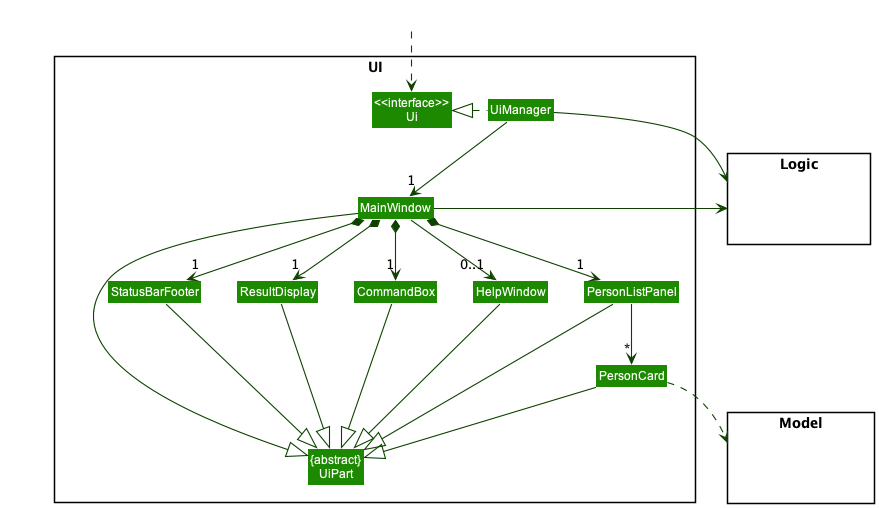
Above: docs/images/UiClassDiagram.png in nus-cs2103-AY2223S1/tp (PlantUML), before the change. The source it was exported from:
```plantuml
@startuml
!include style.puml
skinparam arrowThickness 1.1
skinparam arrowColor UI_COLOR_T4
skinparam classBackgroundColor UI_COLOR

package UI <<Rectangle>>{
Class "<<interface>>\nUi" as Ui
Class "{abstract}\nUiPart" as UiPart
Class UiManager
Class MainWindow
Class HelpWindow
Class ResultDisplay
Class PersonListPanel
Class PersonCard
Class StatusBarFooter
Class CommandBox
}

package Model <<Rectangle>> {
Class HiddenModel #FFFFFF
}

package Logic <<Rectangle>> {
Class HiddenLogic #FFFFFF
}

Class HiddenOutside #FFFFFF
HiddenOutside ..> Ui

UiManager .left.|> Ui
UiManager -down-> "1" MainWindow
MainWindow *-down->  "1" CommandBox
MainWindow *-down-> "1" ResultDisplay
MainWindow *-down-> "1" PersonListPanel
MainWindow *-down-> "1" StatusBarFooter
MainWindow --> "0..1" HelpWindow

PersonListPanel -down-> "*" PersonCard

MainWindow -left-|> UiPart

ResultDisplay --|> UiPart
CommandBox --|> UiPart
PersonListPanel --|> UiPart
PersonCard --|> UiPart
StatusBarFooter --|> UiPart
HelpWindow --|> UiPart

PersonCard ..> Model
UiManager -right-> Logic
MainWindow -left-> Logic

PersonListPanel -[hidden]left- HelpWindow
HelpWindow -[hidden]left- CommandBox
CommandBox -[hidden]left- ResultDisplay
ResultDisplay -[hidden]left- StatusBarFooter

MainWindow -[hidden]-|> UiPart
@enduml
```
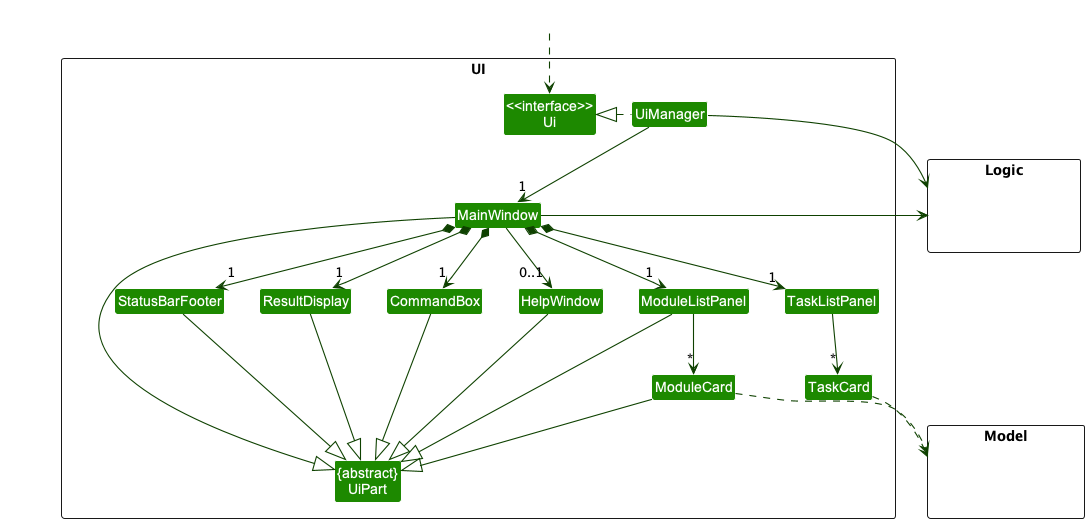
The same diagram one commit later.

Change to the diagram source:
```diff
@@ -11,10 +11,12 @@
 Class MainWindow
 Class HelpWindow
 Class ResultDisplay
-Class PersonListPanel
-Class PersonCard
+Class ModuleListPanel
+Class ModuleCard
 Class StatusBarFooter
 Class CommandBox
+Class TaskListPanel
+Class TaskCard
 }
 
 package Model <<Rectangle>> {
@@ -32,26 +34,29 @@
 UiManager -down-> "1" MainWindow
 MainWindow *-down->  "1" CommandBox
 MainWindow *-down-> "1" ResultDisplay
-MainWindow *-down-> "1" PersonListPanel
+MainWindow *-down-> "1" ModuleListPanel
 MainWindow *-down-> "1" StatusBarFooter
+MainWindow *-down-> "1" TaskListPanel
 MainWindow --> "0..1" HelpWindow
 
-PersonListPanel -down-> "*" PersonCard
+ModuleListPanel -down-> "*" ModuleCard
+TaskListPanel -down-> "*" TaskCard
 
 MainWindow -left-|> UiPart
 
 ResultDisplay --|> UiPart
 CommandBox --|> UiPart
-PersonListPanel --|> UiPart
-PersonCard --|> UiPart
+ModuleListPanel --|> UiPart
+ModuleCard --|> UiPart
 StatusBarFooter --|> UiPart
 HelpWindow --|> UiPart
 
-PersonCard ..> Model
+ModuleCard ..> Model
+TaskCard ..> Model
 UiManager -right-> Logic
 MainWindow -left-> Logic
 
-PersonListPanel -[hidden]left- HelpWindow
+ModuleListPanel -[hidden]left- HelpWindow
 HelpWindow -[hidden]left- CommandBox
 CommandBox -[hidden]left- ResultDisplay
 ResultDisplay -[hidden]left- StatusBarFooter
```
